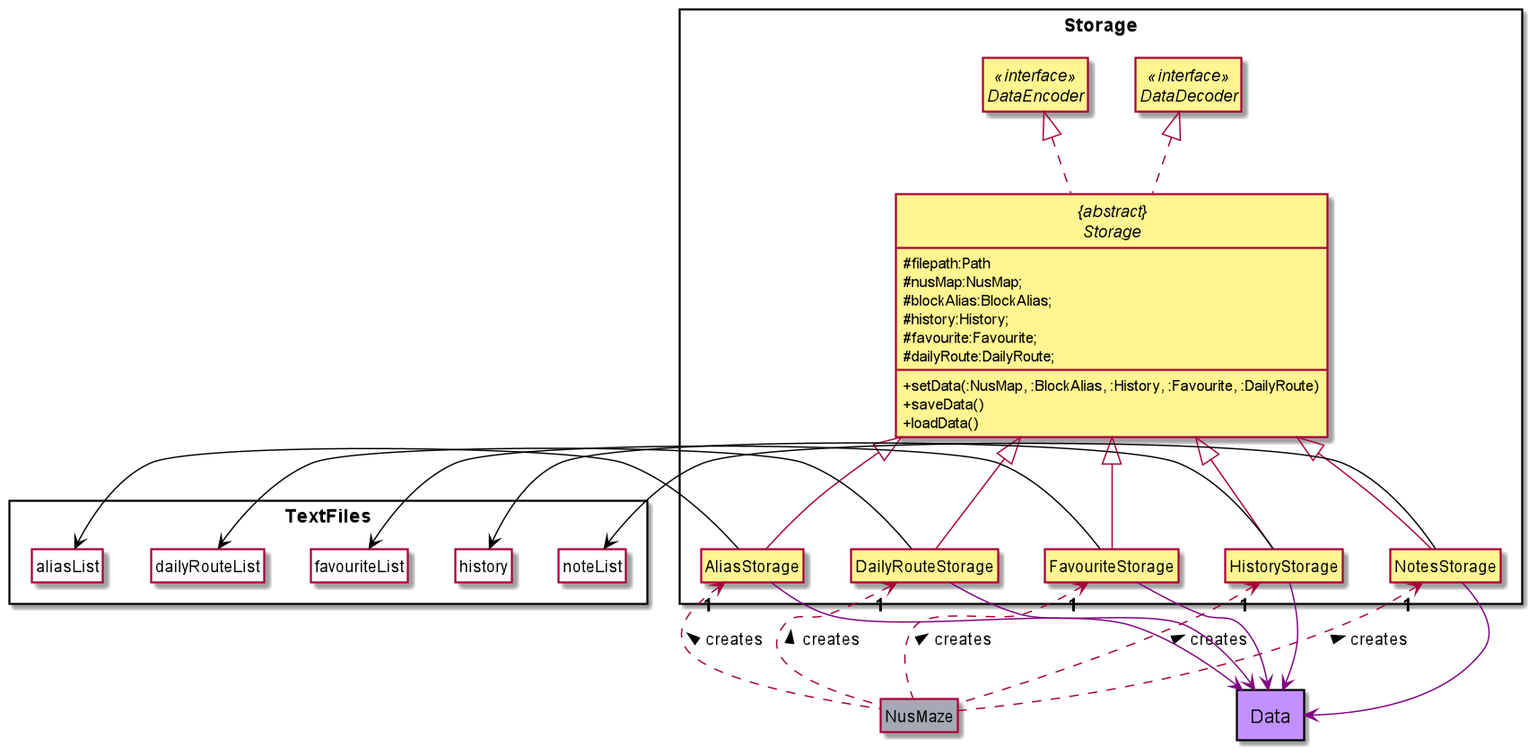
This is docs/images/StorageComponent.png from nus-cs2113-AY2021S2/tp, a PlantUML export, as it was before one commit. The source it was exported from:
```plantuml
@startuml
!include Style.puml

package Data <<rectangle>> DATA_COLOR {
}

package TextFiles <<rectangle>> {
    class aliasList FILES_COLOR
    class dailyRouteList FILES_COLOR
    class favouriteList FILES_COLOR
    class history FILES_COLOR
    class noteList FILES_COLOR
}

package Storage <<rectangle>> {
        interface DataEncoder <<interface>> STORAGE_COLOR
        interface DataDecoder <<interface>> STORAGE_COLOR
        abstract class "{abstract}\nStorage" STORAGE_COLOR {
            #filepath:Path
            #nusMap:NusMap;
            #blockAlias:BlockAlias;
            #history:History;
            #favourite:Favourite;
            #dailyRoute:DailyRoute;
            +setData(:NusMap, :BlockAlias, :History, :Favourite, :DailyRoute)
            +saveData()
            +loadData()
        }

         class AliasStorage STORAGE_COLOR {
         }
         class DailyRouteStorage STORAGE_COLOR {
         }
         class FavouriteStorage STORAGE_COLOR {
         }
         class HistoryStorage STORAGE_COLOR {
         }
         class NotesStorage STORAGE_COLOR {
         }


}



class NusMaze NUSMAZE_COLOR {
}


"{abstract}\nStorage" ..up|> DataEncoder
"{abstract}\nStorage" ..up|> DataDecoder
AliasStorage --up|> "{abstract}\nStorage"
DailyRouteStorage --up|> "{abstract}\nStorage"
FavouriteStorage --up|> "{abstract}\nStorage"
HistoryStorage --up|> "{abstract}\nStorage"
NotesStorage --up|> "{abstract}\nStorage"

AliasStorage "**1**" <.. NusMaze : creates <
DailyRouteStorage "**1**" <.. NusMaze : creates <
FavouriteStorage  "**1**" <.. NusMaze : creates <
HistoryStorage  "**1**" <.. NusMaze : creates <
NotesStorage  "**1**" <.. NusMaze : creates <

AliasStorage --down[ARROW_DATA_COLOR]> Data
DailyRouteStorage --down[ARROW_DATA_COLOR]> Data
FavouriteStorage --down[ARROW_DATA_COLOR]> Data
HistoryStorage --down[ARROW_DATA_COLOR]> Data
NotesStorage --down[ARROW_DATA_COLOR]> Data


AliasStorage --left[ARROW_FILES_COLOR]> aliasList
DailyRouteStorage --left[ARROW_FILES_COLOR]> dailyRouteList
FavouriteStorage --left[ARROW_FILES_COLOR]> favouriteList
HistoryStorage --left[ARROW_FILES_COLOR]> history
NotesStorage --left[ARROW_FILES_COLOR]> noteList

skinparam classAttributeIconSize 0
hide AliasStorage attributes
hide DailyRouteStorage attributes
hide FavouriteStorage attributes
hide HistoryStorage attributes
hide NotesStorage attributes
hide NusMaze members
hide AliasStorage members
hide DailyRouteStorage members
hide FavouriteStorage members
hide HistoryStorage members
hide NotesStorage members
hide DataDecoder members
hide DataEncoder members
hide aliasList members
hide dailyRouteList members
hide favouriteList members
hide history members
hide noteList members
hide circle

@enduml
```
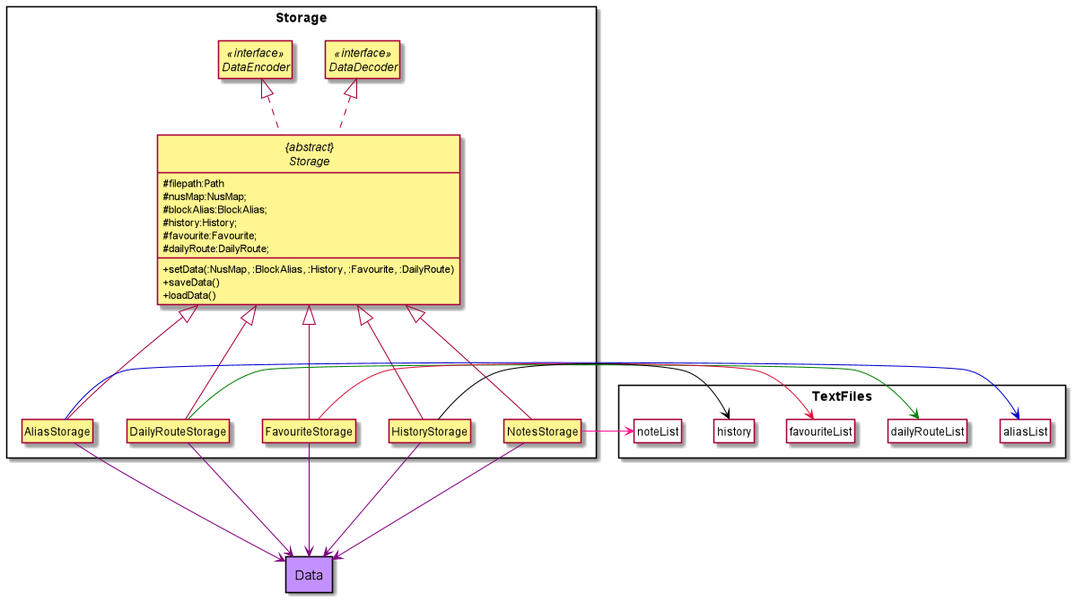
Later version of the same file.

The edit, as a diff of the source:
```diff
@@ -42,37 +42,27 @@
 }
 
 
-
-class NusMaze NUSMAZE_COLOR {
-}
+"{abstract}\nStorage" ..up|> DataEncoder
+"{abstract}\nStorage" ..up|> DataDecoder
+AliasStorage ---up|> "{abstract}\nStorage"
+DailyRouteStorage ---up|> "{abstract}\nStorage"
+FavouriteStorage ---up|> "{abstract}\nStorage"
+HistoryStorage ---up|> "{abstract}\nStorage"
+NotesStorage ---up|> "{abstract}\nStorage"
 
 
-"{abstract}\nStorage" ..up|> DataEncoder
-"{abstract}\nStorage" ..up|> DataDecoder
-AliasStorage --up|> "{abstract}\nStorage"
-DailyRouteStorage --up|> "{abstract}\nStorage"
-FavouriteStorage --up|> "{abstract}\nStorage"
-HistoryStorage --up|> "{abstract}\nStorage"
-NotesStorage --up|> "{abstract}\nStorage"
-
-AliasStorage "**1**" <.. NusMaze : creates <
-DailyRouteStorage "**1**" <.. NusMaze : creates <
-FavouriteStorage  "**1**" <.. NusMaze : creates <
-HistoryStorage  "**1**" <.. NusMaze : creates <
-NotesStorage  "**1**" <.. NusMaze : creates <
-
-AliasStorage --down[ARROW_DATA_COLOR]> Data
-DailyRouteStorage --down[ARROW_DATA_COLOR]> Data
-FavouriteStorage --down[ARROW_DATA_COLOR]> Data
-HistoryStorage --down[ARROW_DATA_COLOR]> Data
-NotesStorage --down[ARROW_DATA_COLOR]> Data
+AliasStorage ---down[ARROW_DATA_COLOR]> Data
+DailyRouteStorage ---down[ARROW_DATA_COLOR]> Data
+FavouriteStorage ---down[ARROW_DATA_COLOR]> Data
+HistoryStorage ---down[ARROW_DATA_COLOR]> Data
+NotesStorage ---down[ARROW_DATA_COLOR]> Data
 
 
-AliasStorage --left[ARROW_FILES_COLOR]> aliasList
-DailyRouteStorage --left[ARROW_FILES_COLOR]> dailyRouteList
-FavouriteStorage --left[ARROW_FILES_COLOR]> favouriteList
-HistoryStorage --left[ARROW_FILES_COLOR]> history
-NotesStorage --left[ARROW_FILES_COLOR]> noteList
+AliasStorage --right[ARROW_FILES_ALIASLIST_COLOR]> aliasList
+DailyRouteStorage --right[ARROW_FILES_DAILYROUTELIST_COLOR]> dailyRouteList
+FavouriteStorage --right[ARROW_FILES_FAVLIST_COLOR]> favouriteList
+HistoryStorage --right[ARROW_FILES_HISTORY_COLOR]> history
+NotesStorage --right[ARROW_FILES_NOTELIST_COLOR]> noteList
 
 skinparam classAttributeIconSize 0
 hide AliasStorage attributes
@@ -80,7 +70,6 @@
 hide FavouriteStorage attributes
 hide HistoryStorage attributes
 hide NotesStorage attributes
-hide NusMaze members
 hide AliasStorage members
 hide DailyRouteStorage members
 hide FavouriteStorage members
```
